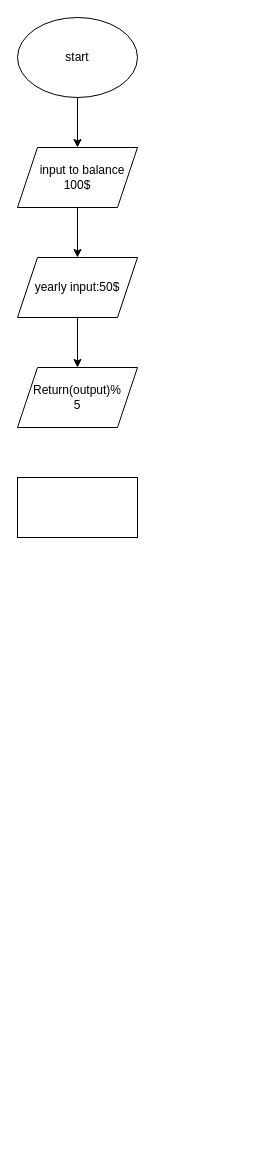
Earlier version of the draw.io diagram Untitled Diagram.drawio (WilsonTalentCenter/advpseudoflow-ab2390). Source tidied: cells renumbered, new cells numbered last; positions are measured from the earlier drawing's top-left corner, leaving out a move shared by most shapes. Both pictures are drawn from the tidied source at 100%, with x=0, y=0 at pixel (17, 17).
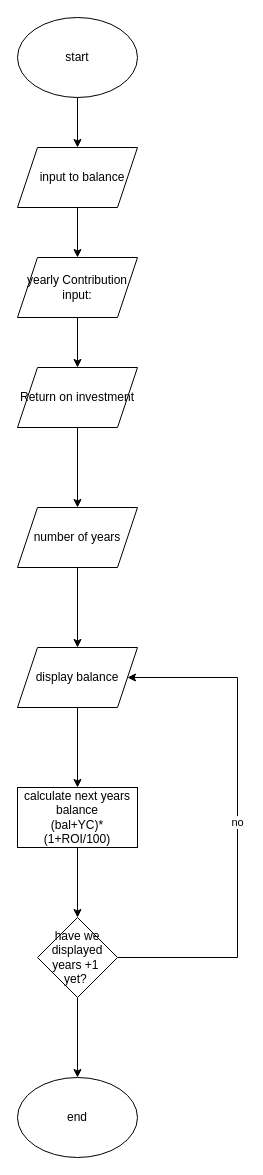
The same page after the edit.

The edit, as a diff of the source:
```diff
@@
-    <mxCell id="6" value="yearly input:50$" style="shape=parallelogram;perimeter=parallelogramPerimeter;whiteSpace=wrap;html=1;fixedSize=1;" parent="1" vertex="1">
+    <mxCell id="6" value="yearly Contribution input:" style="shape=parallelogram;perimeter=parallelogramPerimeter;whiteSpace=wrap;html=1;fixedSize=1;" parent="1" vertex="1">
       <mxGeometry y="240" width="120" height="60" as="geometry" />
     </mxCell>
-    <mxCell id="7" value="&amp;nbsp; &amp;nbsp;input to balance &lt;br&gt;100$" style="shape=parallelogram;perimeter=parallelogramPerimeter;whiteSpace=wrap;html=1;fixedSize=1;" parent="1" vertex="1">
+    <mxCell id="7" value="&amp;nbsp; &amp;nbsp;input to balance &lt;br&gt;" style="shape=parallelogram;perimeter=parallelogramPerimeter;whiteSpace=wrap;html=1;fixedSize=1;" parent="1" vertex="1">
       <mxGeometry y="130" width="120" height="60" as="geometry" />
     </mxCell>
+    <mxCell id="10" style="edgeStyle=orthogonalEdgeStyle;rounded=0;jettySize=auto;html=1;" parent="1" edge="1" source="8" target="12">
+      <mxGeometry relative="1" as="geometry" />
+    </mxCell>
-    <mxCell id="8" value="Return(output)%&lt;br&gt;5" style="shape=parallelogram;perimeter=parallelogramPerimeter;whiteSpace=wrap;html=1;fixedSize=1;" parent="1" vertex="1">
+    <mxCell id="8" value="Return on investment" style="shape=parallelogram;perimeter=parallelogramPerimeter;whiteSpace=wrap;html=1;fixedSize=1;" parent="1" vertex="1">
       <mxGeometry y="350" width="120" height="60" as="geometry" />
     </mxCell>
-    <mxCell id="9" style="rounded=0;whiteSpace=wrap;html=1;" parent="1" vertex="1">
-      <mxGeometry y="460" width="120" height="60" as="geometry" />
-    </mxCell>
+    <mxCell id="11" style="edgeStyle=orthogonalEdgeStyle;rounded=0;jettySize=auto;html=1;" parent="1" edge="1" source="12" target="14">
+      <mxGeometry relative="1" as="geometry" />
+    </mxCell>
+    <mxCell id="12" value="number of years" style="shape=parallelogram;perimeter=parallelogramPerimeter;whiteSpace=wrap;html=1;fixedSize=1;" parent="1" vertex="1">
+      <mxGeometry y="490" width="120" height="60" as="geometry" />
+    </mxCell>
+    <mxCell id="13" style="edgeStyle=orthogonalEdgeStyle;rounded=0;jettySize=auto;html=1;" parent="1" edge="1" source="14" target="16">
+      <mxGeometry relative="1" as="geometry" />
+    </mxCell>
+    <mxCell id="14" value="display balance" style="shape=parallelogram;perimeter=parallelogramPerimeter;whiteSpace=wrap;html=1;fixedSize=1;" parent="1" vertex="1">
+      <mxGeometry y="630" width="120" height="60" as="geometry" />
+    </mxCell>
+    <mxCell id="15" style="edgeStyle=orthogonalEdgeStyle;rounded=0;jettySize=auto;html=1;" parent="1" edge="1" source="16" target="19">
+      <mxGeometry relative="1" as="geometry" />
+    </mxCell>
+    <mxCell id="16" value="calculate next years balance&lt;br&gt;(bal+YC)*(1+ROI/100)" style="whiteSpace=wrap;html=1;" parent="1" vertex="1">
+      <mxGeometry y="770" width="120" height="60" as="geometry" />
+    </mxCell>
+    <mxCell id="17" value="no" style="edgeStyle=orthogonalEdgeStyle;rounded=0;jettySize=auto;html=1;exitX=1;exitY=0.5;exitDx=0;exitDy=0;entryX=1;entryY=0.5;entryDx=0;entryDy=0;" parent="1" edge="1" source="19" target="14">
+      <mxGeometry relative="1" as="geometry">
+        <Array as="points">
+          <mxPoint x="220" y="940" />
+          <mxPoint x="220" y="660" />
+        </Array>
+      </mxGeometry>
+    </mxCell>
+    <mxCell id="18" style="edgeStyle=orthogonalEdgeStyle;rounded=0;jettySize=auto;html=1;" parent="1" edge="1" source="19" target="20">
+      <mxGeometry relative="1" as="geometry" />
+    </mxCell>
+    <mxCell id="19" value="have we displayed years +1&amp;nbsp; yet?&amp;nbsp;" style="rhombus;whiteSpace=wrap;html=1;" parent="1" vertex="1">
+      <mxGeometry x="20" y="900" width="80" height="80" as="geometry" />
+    </mxCell>
+    <mxCell id="20" value="end" style="ellipse;whiteSpace=wrap;html=1;" parent="1" vertex="1">
+      <mxGeometry y="1060" width="120" height="80" as="geometry" />
+    </mxCell>
```
